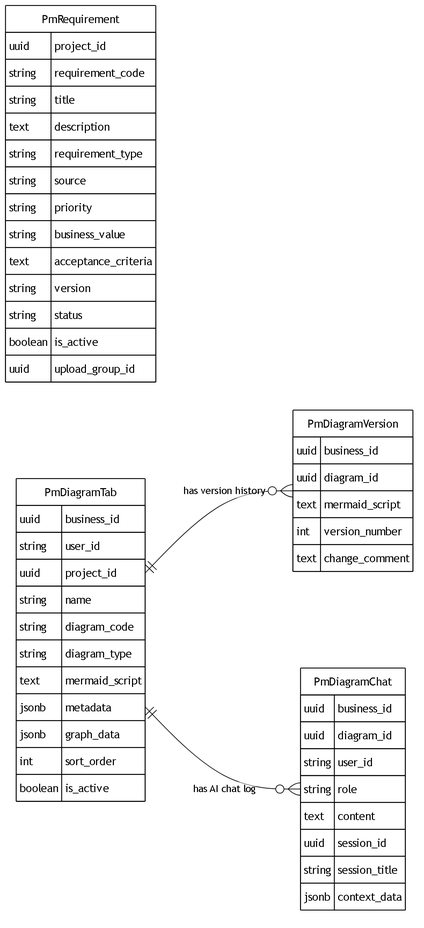
Before: docs/erd/erd-04a1-requirement-diagram.png, a diagram exported from Mermaid (softinter-chiangrai/sic-project). Its source is kept beside it as docs/erd/erd-04a1-requirement-diagram.mmd.
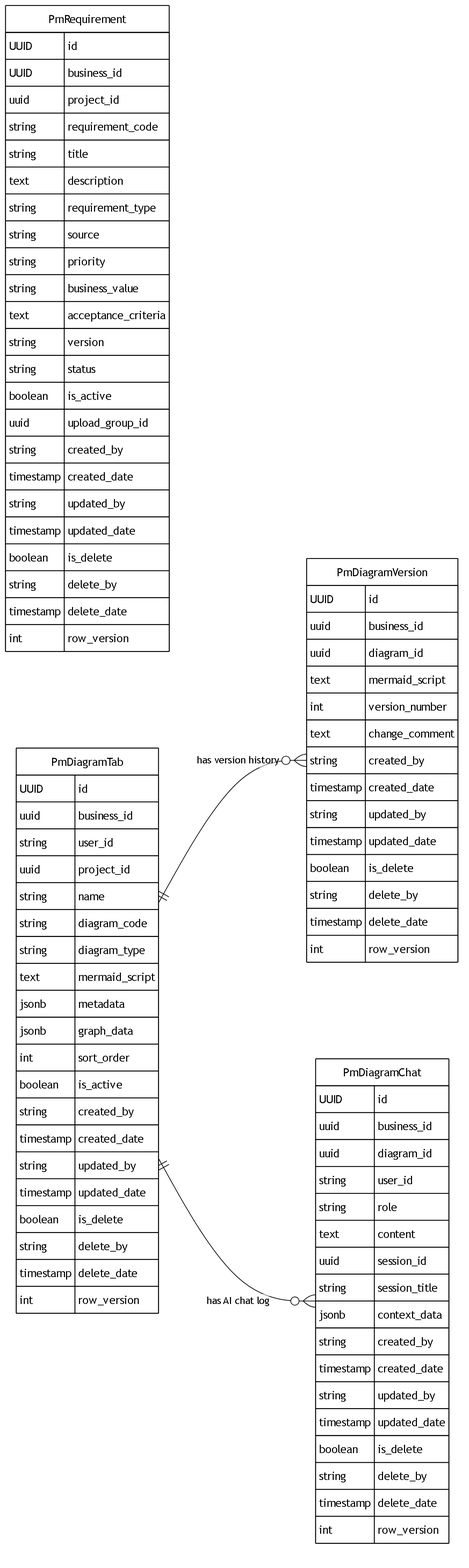
The same diagram one commit later.

Diff of the diagram source:
```diff
@@ -4,6 +4,8 @@
 
 %%{init: {"theme": "base", "themeVariables": {"primaryColor": "#ffffff", "primaryBorderColor": "#000000", "primaryTextColor": "#000000", "lineColor": "#000000", "secondaryColor": "#ffffff", "tertiaryColor": "#ffffff"}, "er": {"diagramPadding": 8, "entityPadding": 12, "minEntityWidth": 90, "minEntityHeight": 40, "fontSize": 22}}}%%
     PmRequirement {
+        UUID id
+        UUID business_id
         uuid project_id
         string requirement_code
         string title
@@ -17,9 +19,18 @@
         string status
         boolean is_active
         uuid upload_group_id
+        string created_by
+        timestamp created_date
+        string updated_by
+        timestamp updated_date
+        boolean is_delete
+        string delete_by
+        timestamp delete_date
+        int row_version
     }
 
     PmDiagramTab {
+        UUID id
         uuid business_id
         string user_id
         uuid project_id
@@ -31,17 +42,35 @@
         jsonb graph_data
         int sort_order
         boolean is_active
+        string created_by
+        timestamp created_date
+        string updated_by
+        timestamp updated_date
+        boolean is_delete
+        string delete_by
+        timestamp delete_date
+        int row_version
     }
 
     PmDiagramVersion {
+        UUID id
         uuid business_id
         uuid diagram_id
         text mermaid_script
         int version_number
         text change_comment
+        string created_by
+        timestamp created_date
+        string updated_by
+        timestamp updated_date
+        boolean is_delete
+        string delete_by
+        timestamp delete_date
+        int row_version
     }
 
     PmDiagramChat {
+        UUID id
         uuid business_id
         uuid diagram_id
         string user_id
@@ -50,6 +79,14 @@
         uuid session_id
         string session_title
         jsonb context_data
+        string created_by
+        timestamp created_date
+        string updated_by
+        timestamp updated_date
+        boolean is_delete
+        string delete_by
+        timestamp delete_date
+        int row_version
     }
 
     PmDiagramTab ||--o{ PmDiagramVersion : "has version history"
```
